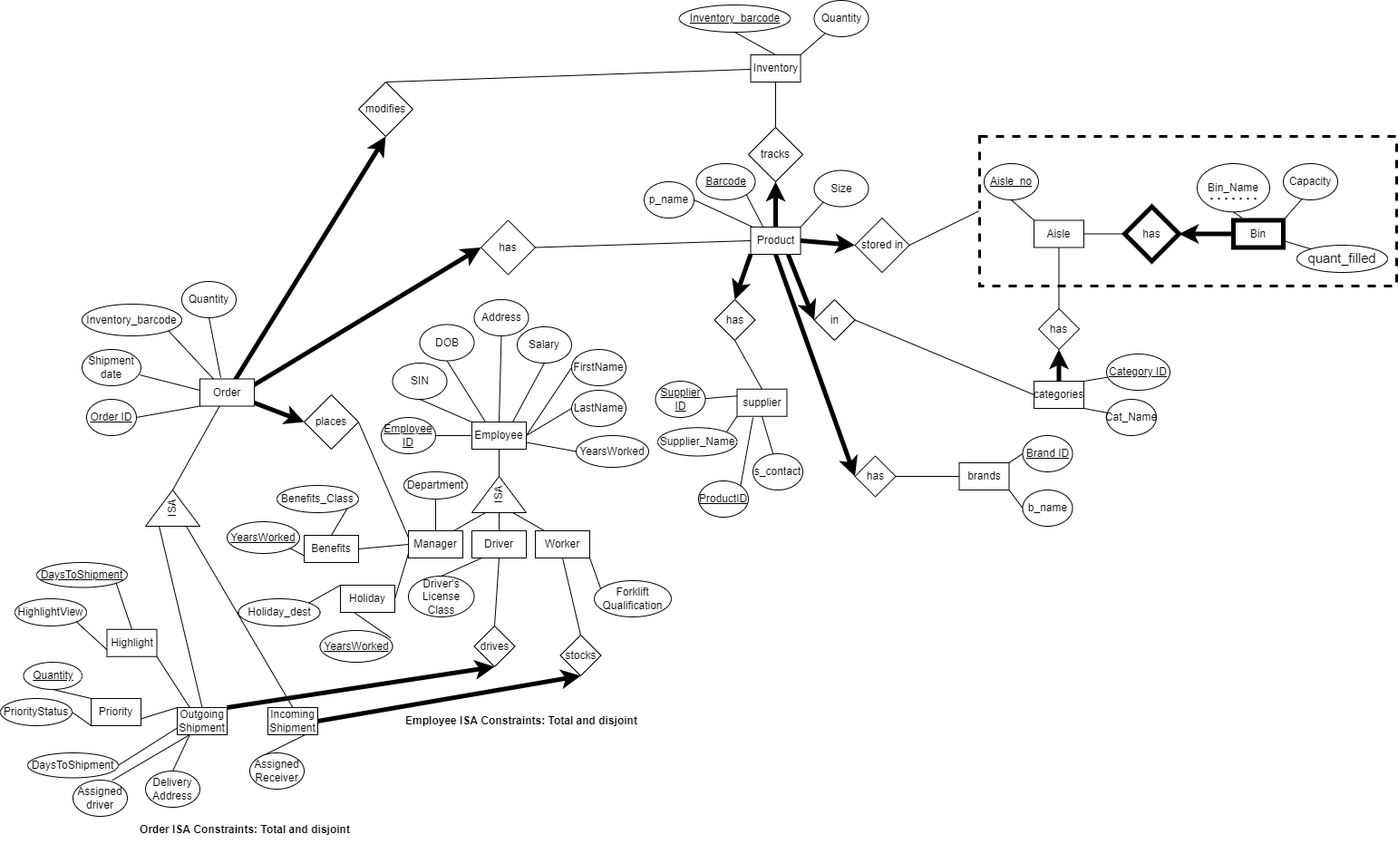
Above: final ER diagram.png in h-xi/Simple-Inventory-Management (draw.io), before the change. Source tidied: cells renumbered, new cells last; positions are measured from the earlier drawing's top-left corner, leaving out a move shared by most shapes.
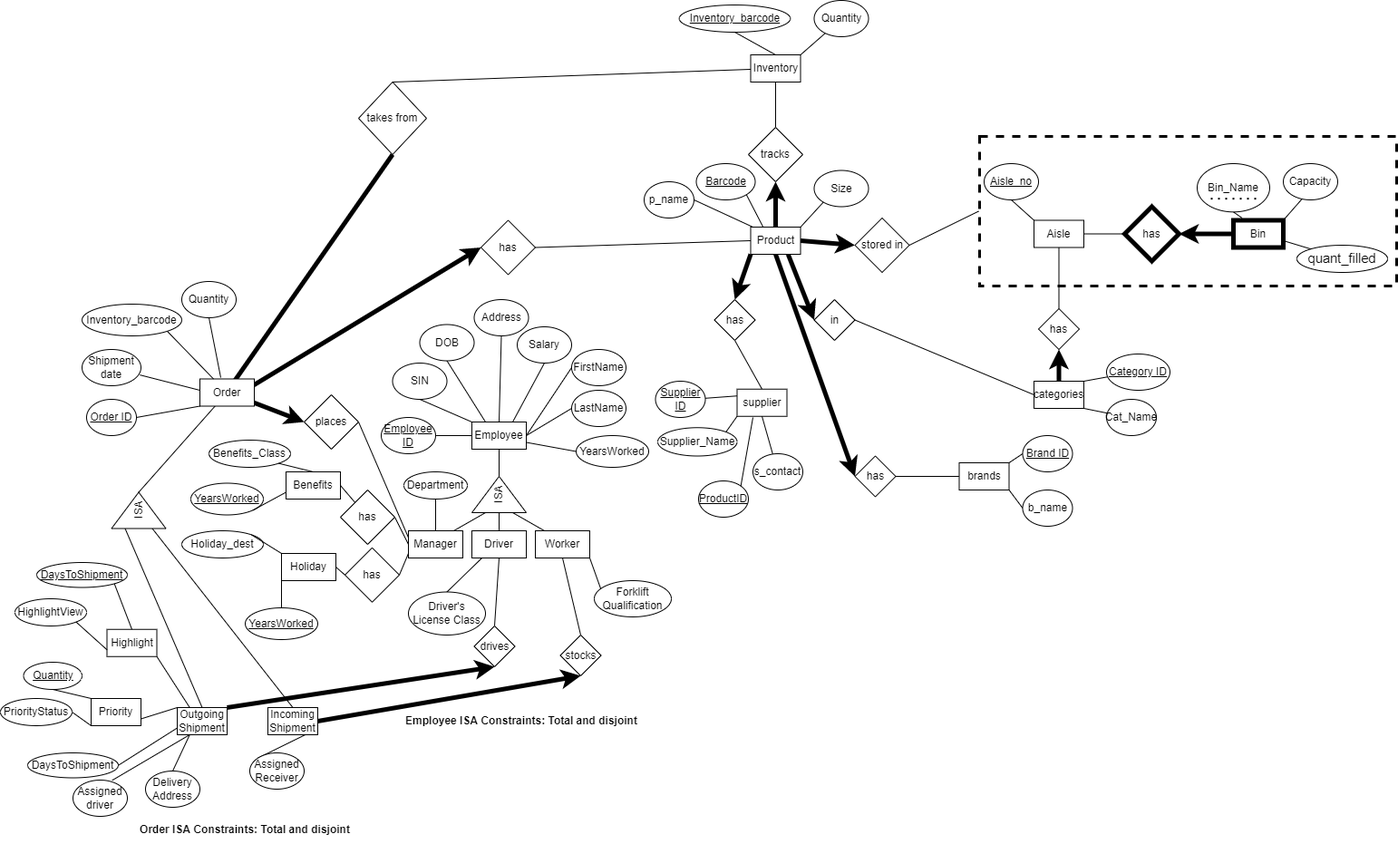
Above is the later version.

What changed in the source:
```diff
@@ -13,13 +13,13 @@
     <mxCell id="4" value="Inventory" style="rounded=0;whiteSpace=wrap;html=1;" parent="1" vertex="1">
       <mxGeometry x="827.5" y="60" width="55" height="30" as="geometry" />
     </mxCell>
-    <mxCell id="5" style="edgeStyle=none;rounded=0;jettySize=auto;html=1;exitX=0.5;exitY=1;exitDx=0;exitDy=0;startArrow=classic;startFill=1;endArrow=none;endFill=0;strokeWidth=5;" parent="1" edge="1" source="6">
+    <mxCell id="5" style="edgeStyle=none;rounded=0;jettySize=auto;html=1;exitX=0.5;exitY=1;exitDx=0;exitDy=0;startArrow=none;startFill=0;endArrow=none;endFill=0;strokeWidth=5;" parent="1" edge="1" source="6">
       <mxGeometry relative="1" as="geometry">
         <mxPoint x="258" y="420" as="targetPoint" />
       </mxGeometry>
     </mxCell>
-    <mxCell id="6" value="modifies" style="rhombus;whiteSpace=wrap;html=1;" parent="1" vertex="1">
-      <mxGeometry x="395" y="90" width="60" height="60" as="geometry" />
+    <mxCell id="6" value="takes from" style="rhombus;whiteSpace=wrap;html=1;" parent="1" vertex="1">
+      <mxGeometry x="395" y="90" width="75" height="80" as="geometry" />
     </mxCell>
     <mxCell id="7" style="edgeStyle=none;rounded=0;jettySize=auto;html=1;exitX=0;exitY=0.5;exitDx=0;exitDy=0;entryX=1;entryY=0.5;entryDx=0;entryDy=0;endArrow=none;endFill=0;" parent="1" edge="1" source="14" target="88">
       <mxGeometry relative="1" as="geometry" />
@@ -155,7 +155,7 @@
       <mxGeometry relative="1" as="geometry" />
     </mxCell>
     <mxCell id="48" value="ISA" style="triangle;whiteSpace=wrap;html=1;rotation=-90;" parent="1" vertex="1">
-      <mxGeometry x="170" y="530" width="40" height="60" as="geometry" />
+      <mxGeometry x="132.5" y="532.5" width="40" height="60" as="geometry" />
     </mxCell>
     <mxCell id="49" style="edgeStyle=none;rounded=0;jettySize=auto;html=1;exitX=0.25;exitY=1;exitDx=0;exitDy=0;entryX=0.721;entryY=0.007;entryDx=0;entryDy=0;entryPerimeter=0;endArrow=none;endFill=0;" parent="1" edge="1" source="134" target="86">
       <mxGeometry relative="1" as="geometry" />
@@ -290,7 +290,7 @@
       <mxGeometry relative="1" as="geometry" />
     </mxCell>
     <mxCell id="91" value="Driver's License Class" style="ellipse;whiteSpace=wrap;html=1;" parent="1" vertex="1">
-      <mxGeometry x="450" y="635" width="72.5" height="45" as="geometry" />
+      <mxGeometry x="450" y="652.5" width="85" height="47.5" as="geometry" />
     </mxCell>
     <mxCell id="92" style="edgeStyle=none;rounded=0;jettySize=auto;html=1;exitX=1;exitY=0.5;exitDx=0;exitDy=0;entryX=0;entryY=0.5;entryDx=0;entryDy=0;endArrow=none;endFill=0;" parent="1" edge="1" source="93" target="111">
       <mxGeometry relative="1" as="geometry" />
@@ -463,17 +463,17 @@
       <mxGeometry relative="1" as="geometry" />
     </mxCell>
     <mxCell id="147" value="Benefits" style="rounded=0;whiteSpace=wrap;html=1;" parent="1" vertex="1">
-      <mxGeometry x="335" y="590" width="60" height="30" as="geometry" />
+      <mxGeometry x="315" y="520" width="60" height="30" as="geometry" />
     </mxCell>
     <mxCell id="148" value="Holiday" style="rounded=0;whiteSpace=wrap;html=1;" parent="1" vertex="1">
-      <mxGeometry x="375" y="645" width="60" height="30" as="geometry" />
+      <mxGeometry x="310" y="610" width="60" height="30" as="geometry" />
     </mxCell>
-    <mxCell id="149" style="edgeStyle=none;rounded=0;jettySize=auto;html=1;exitX=1;exitY=0.5;exitDx=0;exitDy=0;startArrow=none;startFill=0;endArrow=none;endFill=0;strokeWidth=1;" parent="1" edge="1" source="147">
+    <mxCell id="149" style="edgeStyle=none;rounded=0;jettySize=auto;html=1;exitX=1;exitY=0.5;exitDx=0;exitDy=0;startArrow=none;startFill=0;endArrow=none;endFill=0;strokeWidth=1;" parent="1" edge="1" source="162">
       <mxGeometry relative="1" as="geometry">
         <mxPoint x="450" y="600" as="targetPoint" />
       </mxGeometry>
     </mxCell>
-    <mxCell id="150" style="edgeStyle=none;rounded=0;jettySize=auto;html=1;exitX=1;exitY=0.5;exitDx=0;exitDy=0;startArrow=none;startFill=0;endArrow=none;endFill=0;strokeWidth=1;" parent="1" edge="1" source="148">
+    <mxCell id="150" style="edgeStyle=none;rounded=0;jettySize=auto;html=1;exitX=1;exitY=0.5;exitDx=0;exitDy=0;startArrow=none;startFill=0;endArrow=none;endFill=0;strokeWidth=1;" parent="1" edge="1" source="164">
       <mxGeometry relative="1" as="geometry">
         <mxPoint x="450" y="610" as="targetPoint" />
       </mxGeometry>
@@ -487,13 +487,13 @@
       </mxGeometry>
     </mxCell>
     <mxCell id="153" value="Benefits_Class" style="ellipse;whiteSpace=wrap;html=1;" parent="1" vertex="1">
-      <mxGeometry x="305" y="535" width="90" height="30" as="geometry" />
+      <mxGeometry x="230" y="485" width="90" height="30" as="geometry" />
     </mxCell>
     <mxCell id="154" value="&lt;u&gt;YearsWorked&lt;/u&gt;" style="ellipse;whiteSpace=wrap;html=1;" parent="1" vertex="1">
-      <mxGeometry x="250" y="575" width="80" height="35" as="geometry" />
+      <mxGeometry x="210" y="532.5" width="80" height="35" as="geometry" />
     </mxCell>
     <mxCell id="155" value="Holiday_dest" style="ellipse;whiteSpace=wrap;html=1;" parent="1" vertex="1">
-      <mxGeometry x="262.5" y="660" width="90" height="30" as="geometry" />
+      <mxGeometry x="200" y="585" width="90" height="30" as="geometry" />
     </mxCell>
     <mxCell id="156" style="edgeStyle=none;rounded=0;jettySize=auto;html=1;exitX=1;exitY=1;exitDx=0;exitDy=0;startArrow=none;startFill=0;endArrow=none;endFill=0;strokeWidth=1;entryX=0.5;entryY=0;entryDx=0;entryDy=0;" parent="1" edge="1" source="153" target="147">
       <mxGeometry relative="1" as="geometry" />
@@ -505,10 +505,25 @@
       <mxGeometry relative="1" as="geometry" />
     </mxCell>
     <mxCell id="159" value="&lt;u&gt;YearsWorked&lt;/u&gt;" style="ellipse;whiteSpace=wrap;html=1;" parent="1" vertex="1">
-      <mxGeometry x="352.5" y="695" width="80" height="35" as="geometry" />
+      <mxGeometry x="270" y="670" width="80" height="35" as="geometry" />
     </mxCell>
-    <mxCell id="160" style="edgeStyle=none;rounded=0;jettySize=auto;html=1;exitX=0.977;exitY=0.237;exitDx=0;exitDy=0;startArrow=none;startFill=0;endArrow=none;endFill=0;strokeWidth=1;entryX=0.25;entryY=1;entryDx=0;entryDy=0;exitPerimeter=0;" parent="1" edge="1" source="159" target="148">
+    <mxCell id="160" style="edgeStyle=none;rounded=0;jettySize=auto;html=1;startArrow=none;startFill=0;endArrow=none;endFill=0;strokeWidth=1;entryX=0;entryY=1;entryDx=0;entryDy=0;" parent="1" edge="1" source="159" target="148">
       <mxGeometry relative="1" as="geometry" />
     </mxCell>
+    <mxCell id="161" style="edgeStyle=orthogonalEdgeStyle;rounded=0;orthogonalLoop=1;jettySize=auto;html=1;exitX=0;exitY=0;exitDx=0;exitDy=0;entryX=0;entryY=0;entryDx=0;entryDy=0;startArrow=classic;startFill=1;endArrow=classic;endFill=1;" parent="1" edge="1" source="154" target="154">
+      <mxGeometry relative="1" as="geometry" />
+    </mxCell>
+    <mxCell id="162" value="has" style="rhombus;whiteSpace=wrap;html=1;" parent="1" vertex="1">
+      <mxGeometry x="375" y="540" width="60" height="60" as="geometry" />
+    </mxCell>
+    <mxCell id="163" style="edgeStyle=none;rounded=0;jettySize=auto;html=1;exitX=1;exitY=0.5;exitDx=0;exitDy=0;startArrow=none;startFill=0;endArrow=none;endFill=0;strokeWidth=1;" parent="1" edge="1" source="147" target="162">
+      <mxGeometry relative="1" as="geometry" />
+    </mxCell>
+    <mxCell id="164" value="has" style="rhombus;whiteSpace=wrap;html=1;" parent="1" vertex="1">
+      <mxGeometry x="380" y="603.8" width="60" height="60" as="geometry" />
+    </mxCell>
+    <mxCell id="165" style="edgeStyle=none;rounded=0;jettySize=auto;html=1;exitX=1;exitY=0.5;exitDx=0;exitDy=0;startArrow=none;startFill=0;endArrow=none;endFill=0;strokeWidth=1;entryX=0;entryY=0.5;entryDx=0;entryDy=0;" parent="1" edge="1" source="148" target="164">
+      <mxGeometry relative="1" as="geometry" />
+    </mxCell>
   </root>
 </mxGraphModel>
```
